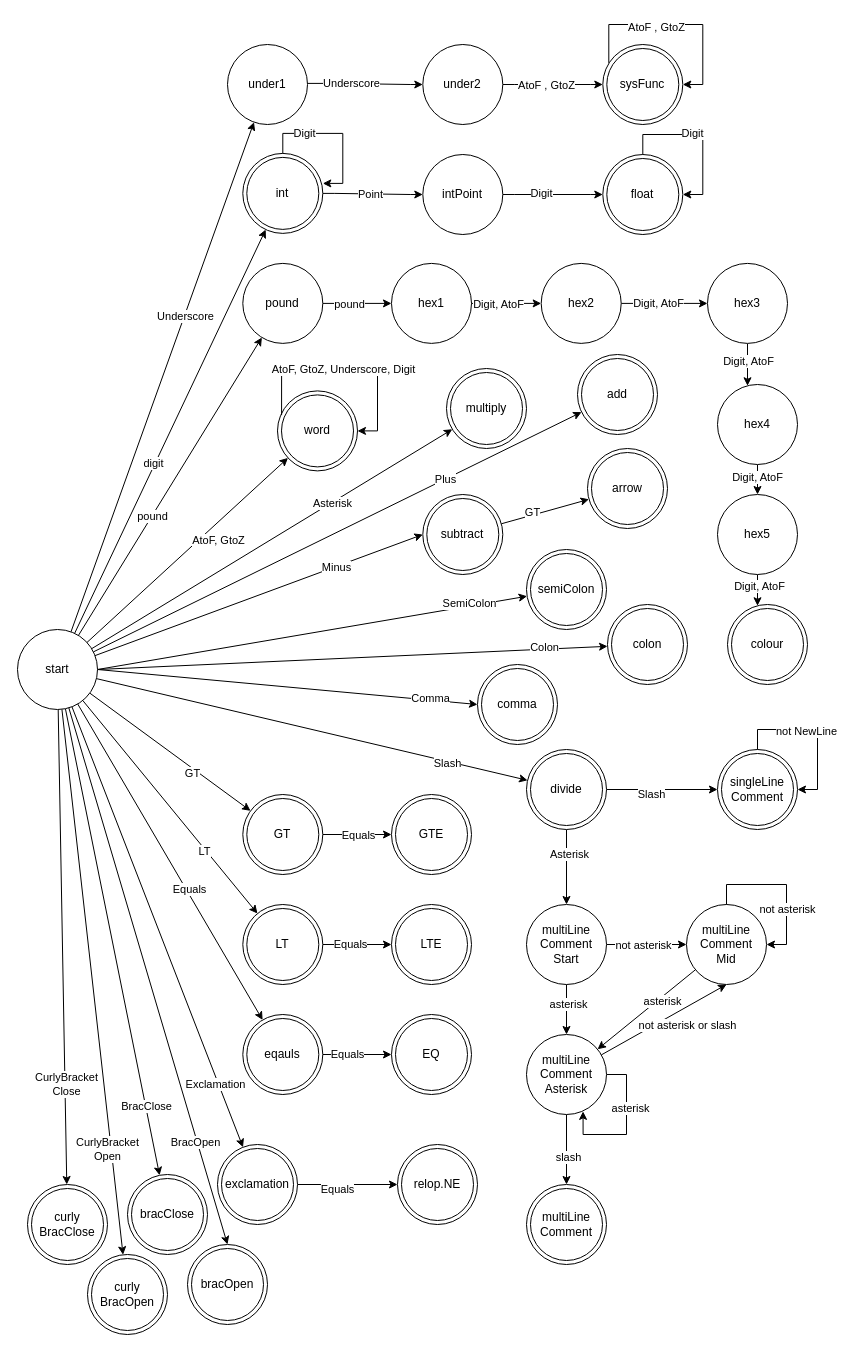
This is docs/lexer DSA.drawio from wayne1512/CPS2000-compiler, a draw.io file, before an edit. Source tidied: cells renumbered, new cells numbered last; positions are measured from the earlier drawing's top-left corner, leaving out a move shared by most shapes. Both pictures are drawn from the tidied source at 100%, with x=0, y=0 at pixel (17, 44).
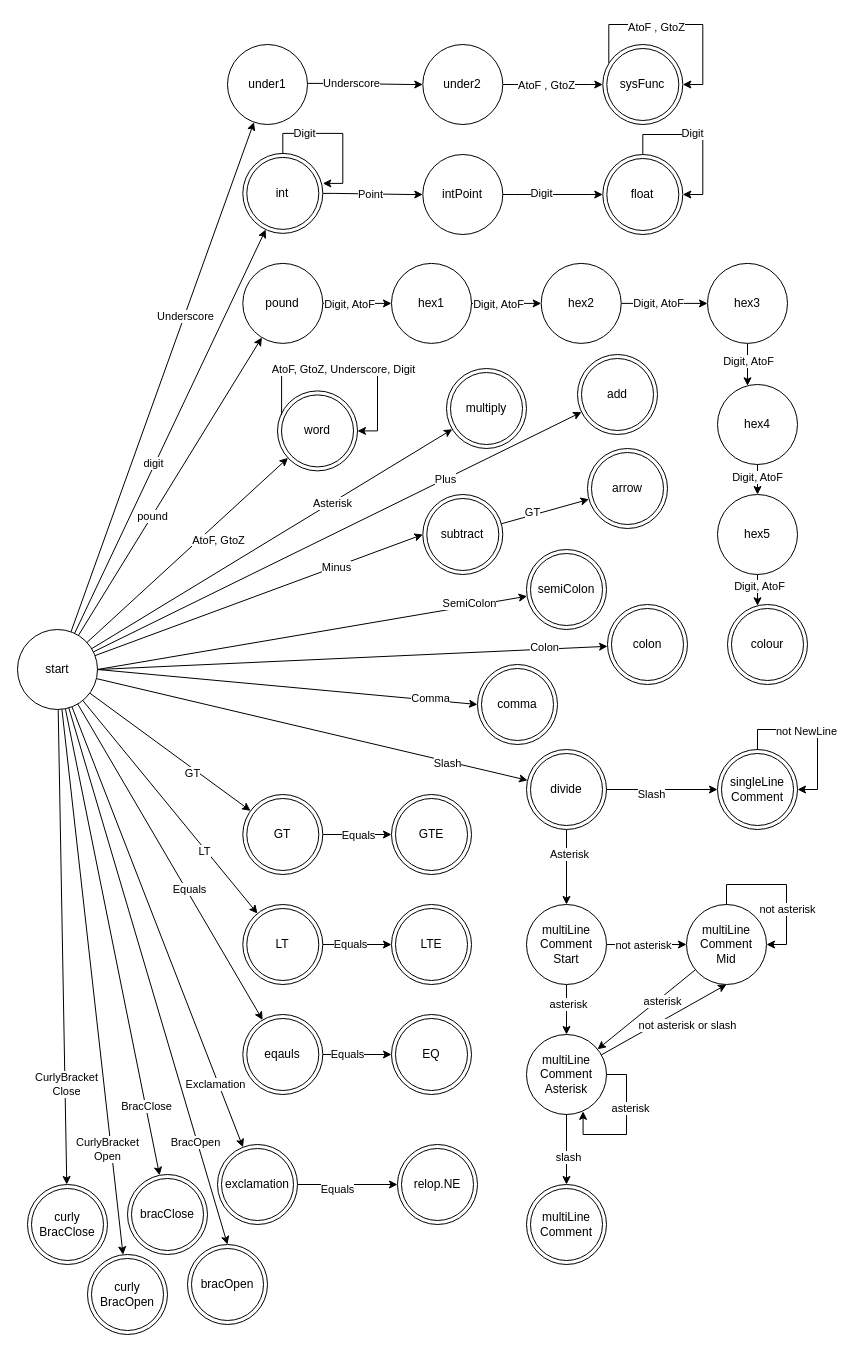
The same page after the edit.

Commit message (it also covers changes not shown here):
fixed issue with DSA diagram

The change refers to these unchanged cells:
```xml
<mxCell id="61" style="rounded=0;jettySize=auto;html=1;orthogonal=1;" parent="1" edge="1" source="63" target="64">
  <mxGeometry relative="1" as="geometry" />
</mxCell>
```

What changed in the source:
```diff
@@
-    <mxCell id="62" value="pound" style="edgeLabel;html=1;align=center;verticalAlign=middle;" parent="61" vertex="1">
+    <mxCell id="62" value="Digit, AtoF" style="edgeLabel;html=1;align=center;verticalAlign=middle;" parent="61" vertex="1">
       <mxGeometry x="-0.24" y="-1" relative="1" as="geometry" />
     </mxCell>
```
